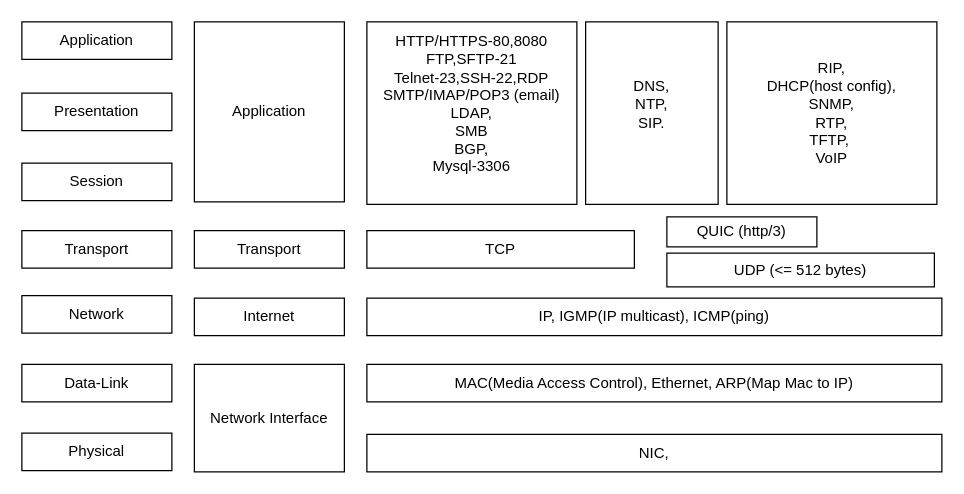
This is internet_protocol.drawio from Albert-W/Draw_io, a draw.io file, before an edit. Source tidied: cells renumbered, new cells numbered last; positions are measured from the earlier drawing's top-left corner, leaving out a move shared by most shapes. Both pictures are drawn from the tidied source at 125%, with x=0, y=0 at pixel (21, 21).
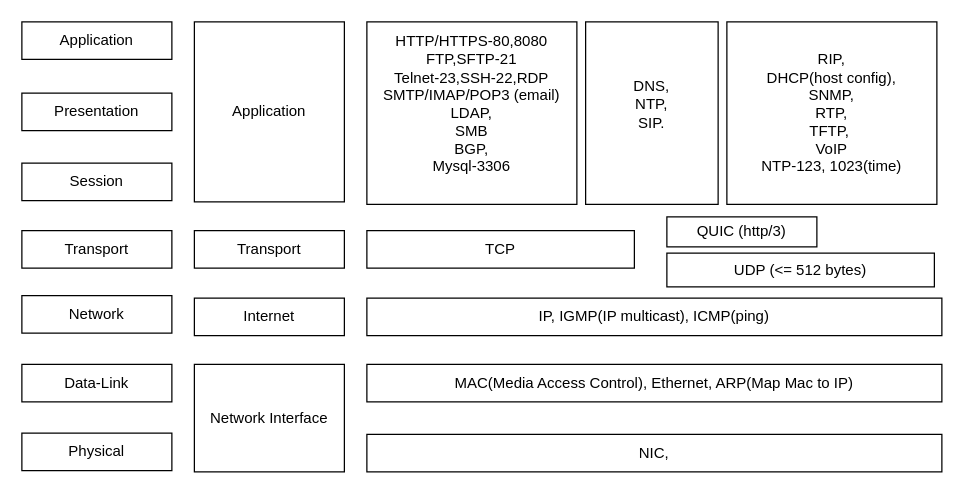
Above is the later version.

What changed in the source:
```diff
@@
-    <mxCell id="18" value="RIP,&lt;br&gt;DHCP(host config),&lt;div&gt;SNMP,&lt;br&gt;RTP,&lt;br&gt;TFTP,&amp;nbsp;&lt;br&gt;VoIP&lt;/div&gt;" style="rounded=0;whiteSpace=wrap;html=1;" parent="1" vertex="1">
+    <mxCell id="18" value="RIP,&lt;br&gt;DHCP(host config),&lt;div&gt;SNMP,&lt;br&gt;RTP,&lt;br&gt;TFTP,&amp;nbsp;&lt;br&gt;VoIP&lt;/div&gt;&lt;div&gt;NTP-123, 1023(time)&lt;/div&gt;" style="rounded=0;whiteSpace=wrap;html=1;" parent="1" vertex="1">
       <mxGeometry x="564" width="168" height="146" as="geometry" />
     </mxCell>
```
